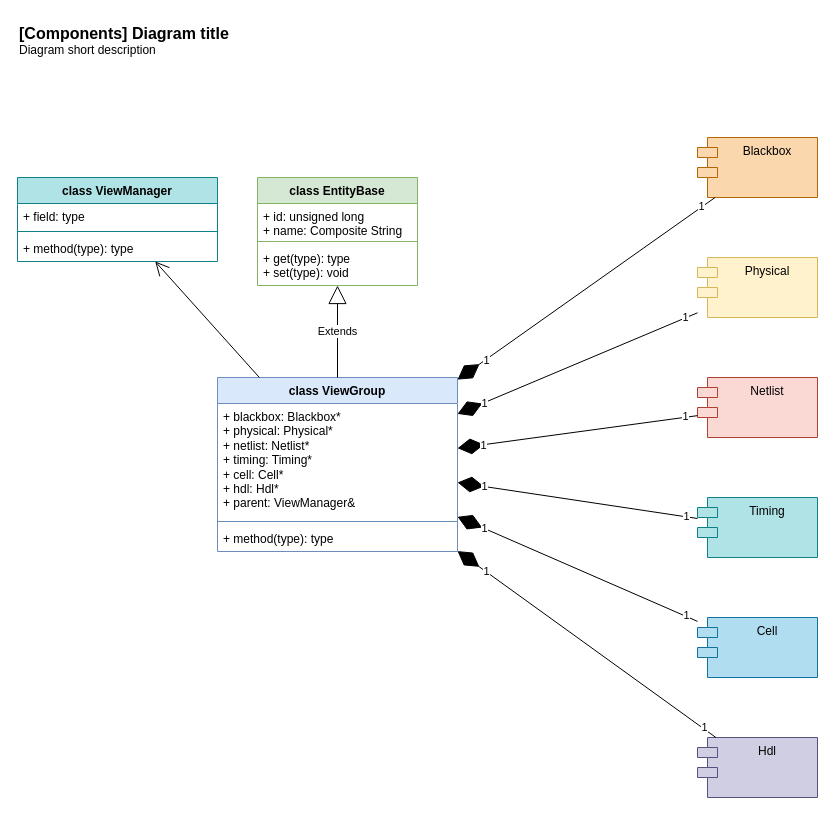
Before: page "ViewGroup" (10 of 58) of doc/architecture/eCADArch.drawio in rpriyadarshi/eda, a draw.io diagram. Source tidied: cells renumbered, new cells numbered last; positions are measured from the earlier drawing's top-left corner, leaving out a move shared by most shapes. Both pictures are drawn from the tidied source at 100%, with x=0, y=0 at pixel (17, 17).
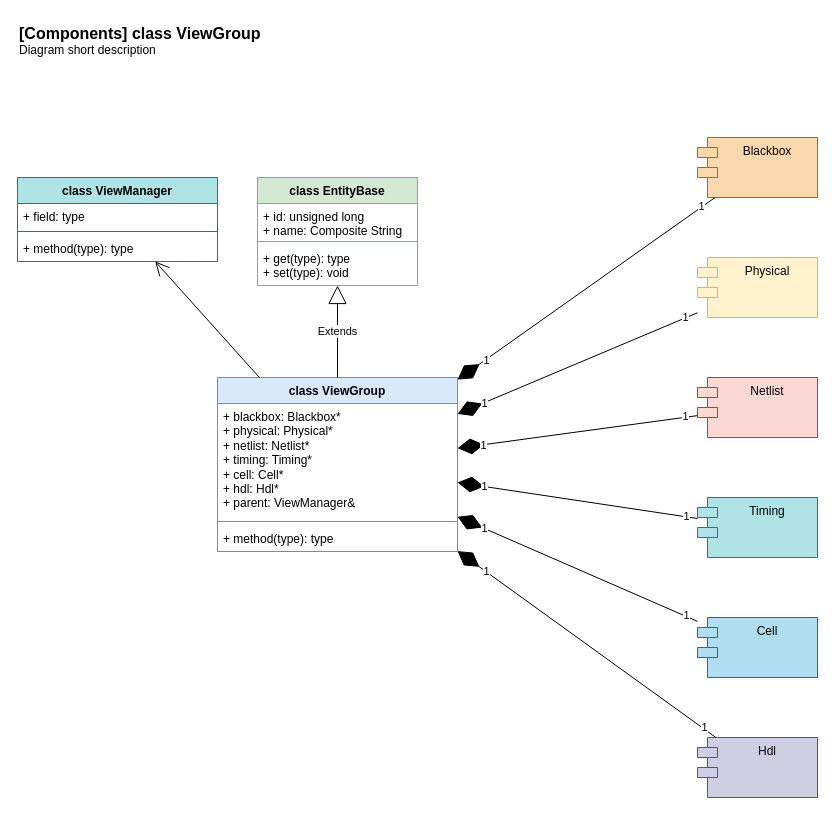
The same diagram, later.

What changed in the source:
```diff
@@
-    <object id="2" label="&lt;font style=&quot;font-size: 16px&quot;&gt;&lt;b&gt;&lt;div style=&quot;text-align: left&quot;&gt;%c4Name%&lt;/div&gt;&lt;/b&gt;&lt;/font&gt;&lt;div style=&quot;text-align: left&quot;&gt;%c4Description%&lt;/div&gt;" c4Description="Diagram short description" c4Name="[Components] Diagram title" placeholders="1">
+    <object id="2" label="&lt;font style=&quot;font-size: 16px&quot;&gt;&lt;b&gt;&lt;div style=&quot;text-align: left&quot;&gt;%c4Name%&lt;/div&gt;&lt;/b&gt;&lt;/font&gt;&lt;div style=&quot;text-align: left&quot;&gt;%c4Description%&lt;/div&gt;" c4Description="Diagram short description" c4Name="[Components] class ViewGroup" placeholders="1">
       <mxCell style="text;html=1;strokeColor=none;fillColor=none;align=left;verticalAlign=top;whiteSpace=wrap;rounded=0;" parent="1" vertex="1">
         <mxGeometry width="260" height="40" as="geometry" />
       </mxCell>
     </object>
```
